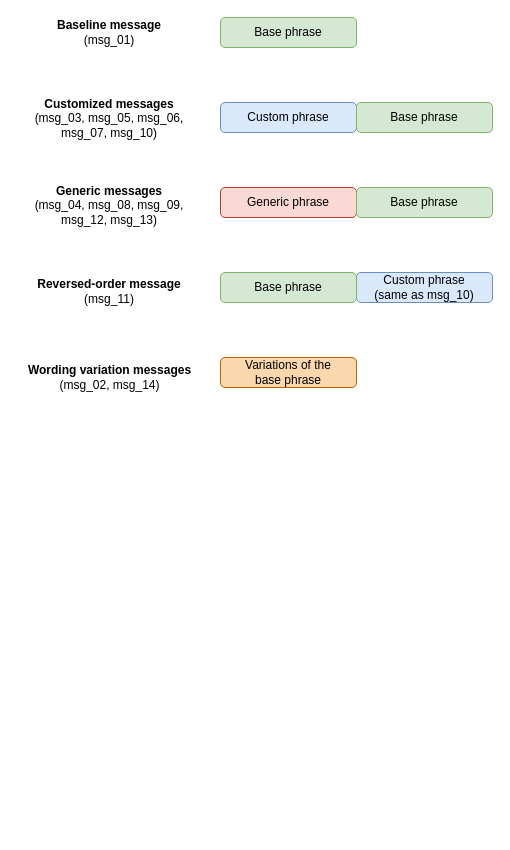
Earlier version of the draw.io diagram parent_nudge_pushreport_message_combo.drawio (henrishi/drawio). Source tidied: cells renumbered, new cells numbered last; positions are measured from the earlier drawing's top-left corner, leaving out a move shared by most shapes. Both pictures are drawn from the tidied source at 100%, with x=0, y=0 at pixel (16, 17).
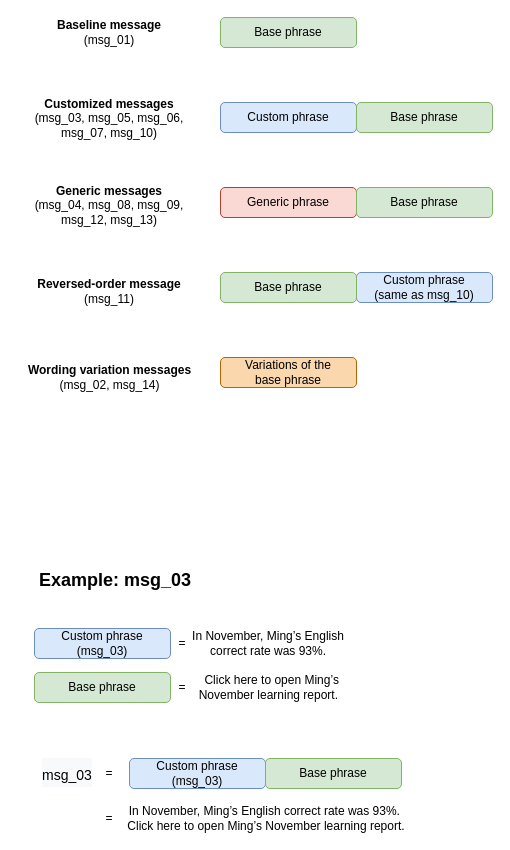
After the change.

Diff of the diagram source:
```diff
@@
+    <mxCell id="18" value="&lt;h1&gt;&lt;font style=&quot;font-size: 18px&quot;&gt;Example: msg_03&lt;/font&gt;&lt;/h1&gt;&lt;p&gt;&lt;br&gt;&lt;/p&gt;" style="text;html=1;strokeColor=none;fillColor=none;spacing=5;spacingTop=-20;whiteSpace=wrap;overflow=hidden;rounded=0;" parent="1" vertex="1">
+      <mxGeometry x="18" y="541" width="190" height="60" as="geometry" />
+    </mxCell>
+    <mxCell id="19" style="group;" parent="1" vertex="1">
+      <mxGeometry x="18" y="655" width="311" height="30" as="geometry" />
+    </mxCell>
+    <mxCell id="20" value="&amp;nbsp;Click here to open Ming’s November learning report.&amp;nbsp;" style="text;html=1;strokeColor=none;fillColor=none;align=center;verticalAlign=middle;whiteSpace=wrap;rounded=0;" parent="19" vertex="1">
+      <mxGeometry x="161" y="5" width="150" height="20" as="geometry" />
+    </mxCell>
+    <mxCell id="21" value="Base phrase" style="rounded=1;whiteSpace=wrap;html=1;fillColor=#d5e8d4;strokeColor=#82b366;" parent="19" vertex="1">
+      <mxGeometry width="136" height="30" as="geometry" />
+    </mxCell>
+    <mxCell id="22" value="=" style="text;html=1;strokeColor=none;fillColor=none;align=center;verticalAlign=middle;whiteSpace=wrap;rounded=0;" parent="19" vertex="1">
+      <mxGeometry x="128" y="5" width="40" height="20" as="geometry" />
+    </mxCell>
+    <mxCell id="23" style="group;" parent="1" vertex="1">
+      <mxGeometry x="18" y="611" width="319" height="30" as="geometry" />
+    </mxCell>
+    <mxCell id="24" value="&lt;div&gt;In November, Ming’s English correct rate was 93%.&lt;/div&gt;" style="text;html=1;strokeColor=none;fillColor=none;align=center;verticalAlign=middle;whiteSpace=wrap;rounded=0;" parent="23" vertex="1">
+      <mxGeometry x="149" y="5" width="170" height="20" as="geometry" />
+    </mxCell>
+    <mxCell id="25" value="Custom phrase (msg_03)" style="rounded=1;whiteSpace=wrap;html=1;fillColor=#dae8fc;strokeColor=#6c8ebf;" parent="23" vertex="1">
+      <mxGeometry width="136" height="30" as="geometry" />
+    </mxCell>
+    <mxCell id="26" value="=" style="text;html=1;strokeColor=none;fillColor=none;align=center;verticalAlign=middle;whiteSpace=wrap;rounded=0;" parent="23" vertex="1">
+      <mxGeometry x="128" y="5" width="40" height="20" as="geometry" />
+    </mxCell>
+    <mxCell id="27" style="group;" parent="1" vertex="1">
+      <mxGeometry x="24" y="718" width="372" height="93" as="geometry" />
+    </mxCell>
+    <mxCell id="28" value="&lt;h1 style=&quot;color: rgb(0 , 0 , 0) ; font-family: &amp;#34;helvetica&amp;#34; ; font-style: normal ; letter-spacing: normal ; text-align: left ; text-indent: 0px ; text-transform: none ; word-spacing: 0px ; background-color: rgb(248 , 249 , 250)&quot;&gt;&lt;font style=&quot;font-weight: normal ; font-size: 14px&quot;&gt;msg_03&lt;/font&gt;&lt;/h1&gt;" style="text;whiteSpace=wrap;html=1;" parent="27" vertex="1">
+      <mxGeometry width="80" height="70.5" as="geometry" />
+    </mxCell>
+    <mxCell id="29" style="group;" parent="27" vertex="1">
+      <mxGeometry x="89" y="23" width="272" height="30" as="geometry" />
+    </mxCell>
+    <mxCell id="30" value="Custom phrase&lt;br&gt;(msg_03)" style="rounded=1;whiteSpace=wrap;html=1;fillColor=#dae8fc;strokeColor=#6c8ebf;" parent="29" vertex="1">
+      <mxGeometry width="136" height="30" as="geometry" />
+    </mxCell>
+    <mxCell id="31" value="Base phrase" style="rounded=1;whiteSpace=wrap;html=1;fillColor=#d5e8d4;strokeColor=#82b366;" parent="29" vertex="1">
+      <mxGeometry x="136" width="136" height="30" as="geometry" />
+    </mxCell>
+    <mxCell id="32" value="=" style="text;html=1;strokeColor=none;fillColor=none;align=center;verticalAlign=middle;whiteSpace=wrap;rounded=0;" parent="27" vertex="1">
+      <mxGeometry x="49" y="73" width="40" height="20" as="geometry" />
+    </mxCell>
+    <mxCell id="33" value="&lt;div&gt;In November, Ming’s English correct rate was 93%.&amp;nbsp;&lt;/div&gt;&amp;nbsp;Click here to open Ming’s November learning report.&amp;nbsp;" style="text;html=1;strokeColor=none;fillColor=none;align=center;verticalAlign=middle;whiteSpace=wrap;rounded=0;" parent="27" vertex="1">
+      <mxGeometry x="80" y="73" width="292" height="20" as="geometry" />
+    </mxCell>
+    <mxCell id="34" value="=" style="text;html=1;strokeColor=none;fillColor=none;align=center;verticalAlign=middle;whiteSpace=wrap;rounded=0;" parent="27" vertex="1">
+      <mxGeometry x="49" y="28" width="40" height="20" as="geometry" />
+    </mxCell>
```
